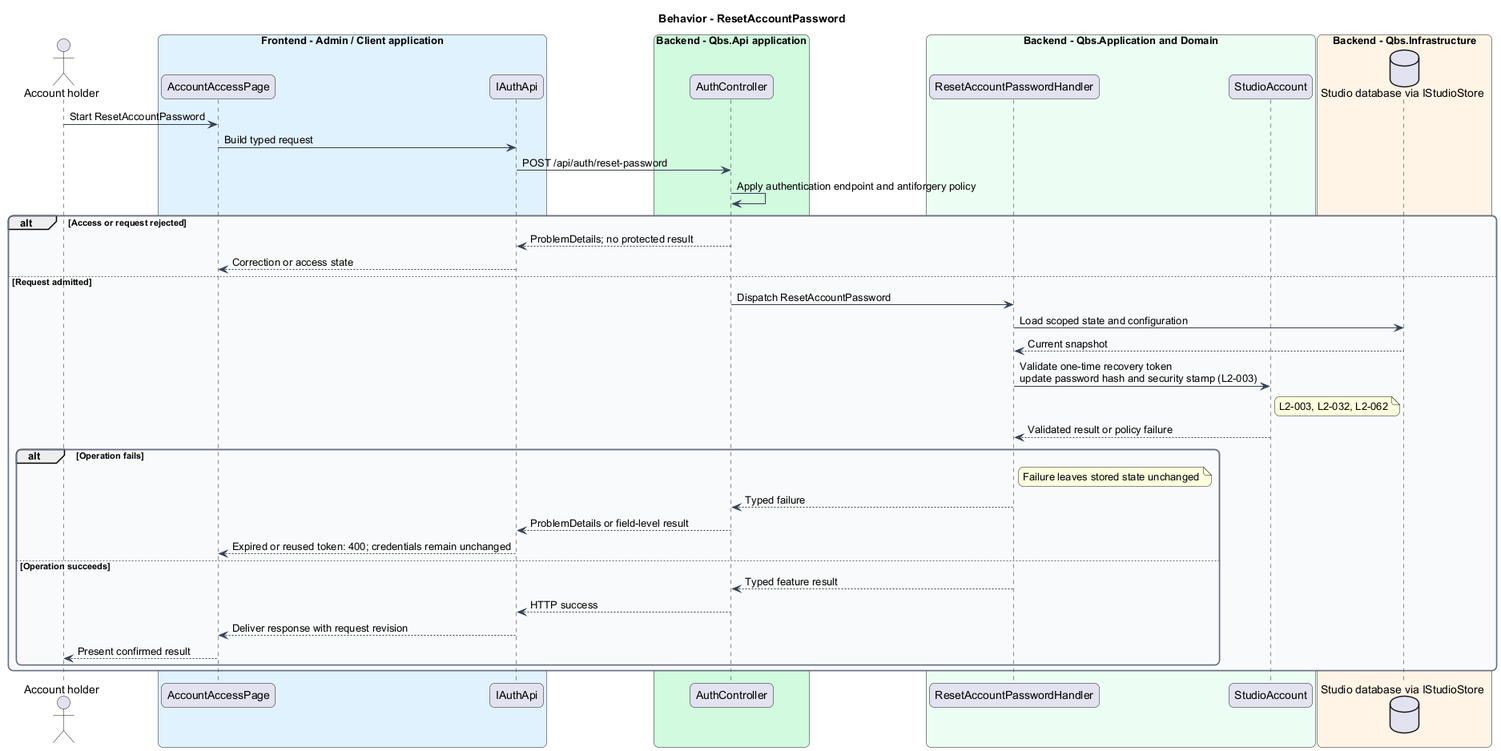
Above: docs/detailed-designs/client-access/invite-and-authenticate-users/diagrams/sequence-reset-account-password.png in QuinntyneBrown/quinntyne-brown-studio (PlantUML), before the change.
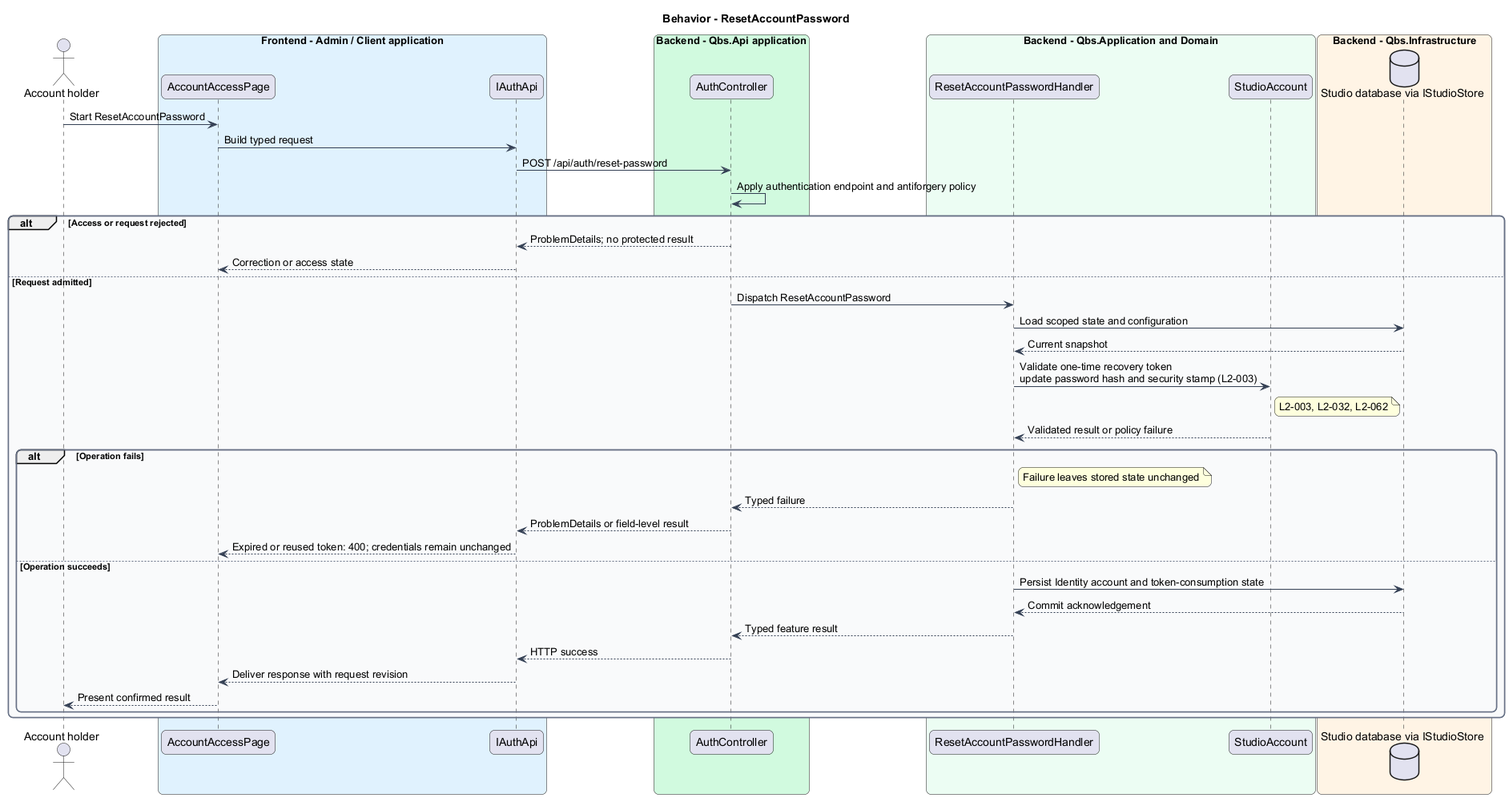
Later version of the same file.

The edit, as a diff of the source:
```diff
@@ -51,6 +51,8 @@
 controller --> client : ProblemDetails or field-level result
 client --> page : Expired or reused token: 400; credentials remain unchanged
 else Operation succeeds
+handler -> db : Persist Identity account and token-consumption state
+db --> handler : Commit acknowledgement
 handler --> controller : Typed feature result
 controller --> client : HTTP success
 client --> page : Deliver response with request revision
```
